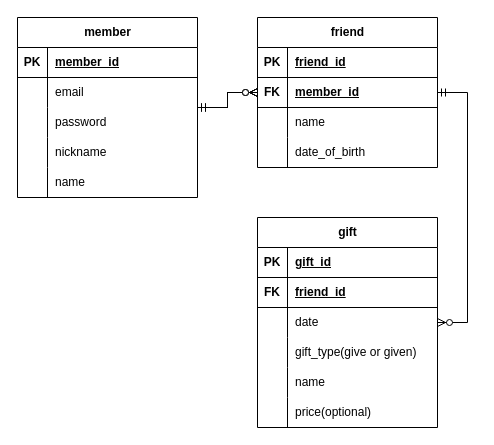
GunwooJo/Birthday_alert keeps this draw.io diagram as birthday_alert.drawio. Above is the earlier version. Source tidied: cells renumbered, new cells numbered last; positions are measured from the earlier drawing's top-left corner, leaving out a move shared by most shapes. Both pictures are drawn from the tidied source at 100%, with x=0, y=0 at pixel (17, 17).
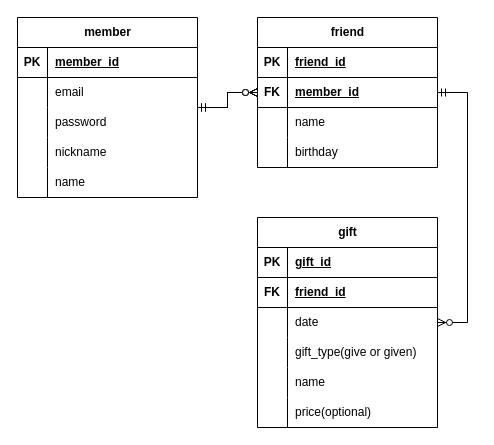
The same page after the edit.

Unchanged cells that the change refers to:
```xml
<mxCell id="28" style="shape=tableRow;horizontal=0;startSize=0;swimlaneHead=0;swimlaneBody=0;fillColor=none;top=0;left=0;right=0;bottom=0;" parent="18" vertex="1">
  <mxGeometry y="120" width="180" height="30" as="geometry" />
</mxCell>
```

The edit, as a diff of the source:
```diff
@@
-    <mxCell id="30" value="date_of_birth" style="shape=partialRectangle;fillColor=none;top=0;left=0;bottom=0;right=0;align=left;spacingLeft=6;overflow=hidden;whiteSpace=wrap;html=1;" parent="28" vertex="1">
+    <mxCell id="30" value="birthday" style="shape=partialRectangle;fillColor=none;top=0;left=0;bottom=0;right=0;align=left;spacingLeft=6;overflow=hidden;whiteSpace=wrap;html=1;" parent="28" vertex="1">
       <mxGeometry x="30" width="150" height="30" as="geometry" />
     </mxCell>
```
